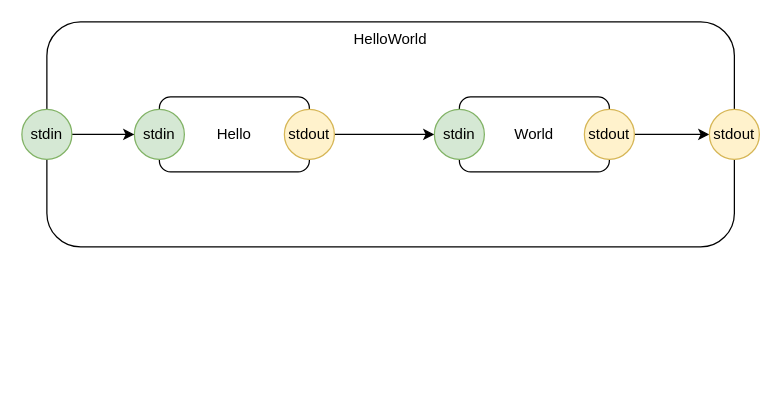
Above: helloworld.drawio in guitarvydas/eh (draw.io), before the change. Source tidied: cells renumbered, new cells numbered last; positions are measured from the earlier drawing's top-left corner, leaving out a move shared by most shapes. Both pictures are drawn from the tidied source at 125%, with x=0, y=0 at pixel (21, 21).
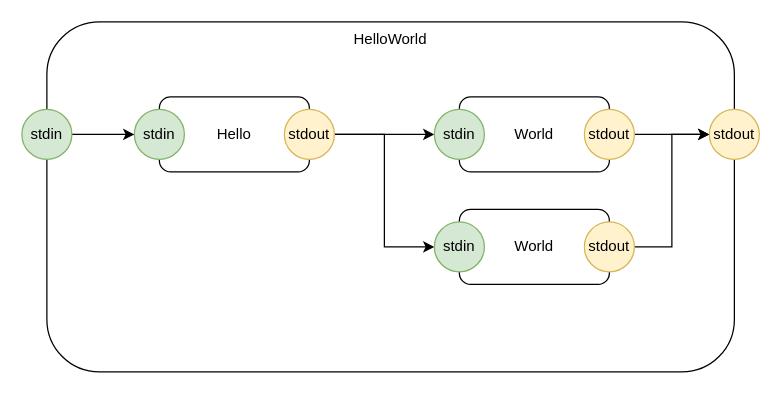
After the change.

Diff of the diagram source:
```diff
@@
 <mxGraphModel>
   <root>
     <mxCell id="0" />
     <mxCell id="1" parent="0" />
     <mxCell id="2" value="HelloWorld" style="rounded=1;whiteSpace=wrap;html=1;verticalAlign=top;" parent="1" vertex="1">
-      <mxGeometry x="20" width="550" height="180" as="geometry" />
+      <mxGeometry x="20" width="550" height="280" as="geometry" />
     </mxCell>
     <mxCell id="3" value="Hello" style="rounded=1;whiteSpace=wrap;html=1;" parent="1" vertex="1">
       <mxGeometry x="110" y="60" width="120" height="60" as="geometry" />
     </mxCell>
     <mxCell id="4" value="World" style="rounded=1;whiteSpace=wrap;html=1;" parent="1" vertex="1">
       <mxGeometry x="350" y="60" width="120" height="60" as="geometry" />
     </mxCell>
     <mxCell id="5" style="edgeStyle=orthogonalEdgeStyle;rounded=0;jettySize=auto;html=1;exitX=1;exitY=0.5;exitDx=0;exitDy=0;entryX=0;entryY=0.5;entryDx=0;entryDy=0;" parent="1" edge="1" source="6" target="7">
       <mxGeometry relative="1" as="geometry" />
     </mxCell>
+    <mxCell id="14" style="edgeStyle=orthogonalEdgeStyle;rounded=0;jettySize=auto;html=1;exitX=1;exitY=0.5;exitDx=0;exitDy=0;entryX=0;entryY=0.5;entryDx=0;entryDy=0;" parent="1" edge="1" source="6" target="16">
+      <mxGeometry relative="1" as="geometry" />
+    </mxCell>
     <mxCell id="6" value="stdout" style="ellipse;whiteSpace=wrap;html=1;fillColor=#fff2cc;strokeColor=#d6b656;" parent="1" vertex="1">
       <mxGeometry x="210" y="70" width="40" height="40" as="geometry" />
     </mxCell>
     <mxCell id="7" value="stdin" style="ellipse;whiteSpace=wrap;html=1;fillColor=#d5e8d4;strokeColor=#82b366;" parent="1" vertex="1">
       <mxGeometry x="330" y="70" width="40" height="40" as="geometry" />
     </mxCell>
     <mxCell id="8" value="stdin" style="ellipse;whiteSpace=wrap;html=1;fillColor=#d5e8d4;strokeColor=#82b366;" parent="1" vertex="1">
       <mxGeometry x="90" y="70" width="40" height="40" as="geometry" />
     </mxCell>
     <mxCell id="9" style="edgeStyle=orthogonalEdgeStyle;rounded=0;jettySize=auto;html=1;exitX=1;exitY=0.5;exitDx=0;exitDy=0;" parent="1" edge="1" source="10" target="11">
       <mxGeometry relative="1" as="geometry" />
     </mxCell>
     <mxCell id="10" value="stdout" style="ellipse;whiteSpace=wrap;html=1;fillColor=#fff2cc;strokeColor=#d6b656;" parent="1" vertex="1">
       <mxGeometry x="450" y="70" width="40" height="40" as="geometry" />
     </mxCell>
     <mxCell id="11" value="stdout" style="ellipse;whiteSpace=wrap;html=1;fillColor=#fff2cc;strokeColor=#d6b656;" parent="1" vertex="1">
       <mxGeometry x="550" y="70" width="40" height="40" as="geometry" />
     </mxCell>
     <mxCell id="12" style="edgeStyle=orthogonalEdgeStyle;rounded=0;jettySize=auto;html=1;exitX=1;exitY=0.5;exitDx=0;exitDy=0;entryX=0;entryY=0.5;entryDx=0;entryDy=0;" parent="1" edge="1" source="13" target="8">
       <mxGeometry relative="1" as="geometry" />
     </mxCell>
     <mxCell id="13" value="stdin" style="ellipse;whiteSpace=wrap;html=1;fillColor=#d5e8d4;strokeColor=#82b366;" parent="1" vertex="1">
       <mxGeometry y="70" width="40" height="40" as="geometry" />
     </mxCell>
+    <mxCell id="15" value="World" style="rounded=1;whiteSpace=wrap;html=1;" parent="1" vertex="1">
+      <mxGeometry x="350" y="150" width="120" height="60" as="geometry" />
+    </mxCell>
+    <mxCell id="16" value="stdin" style="ellipse;whiteSpace=wrap;html=1;fillColor=#d5e8d4;strokeColor=#82b366;" parent="1" vertex="1">
+      <mxGeometry x="330" y="160" width="40" height="40" as="geometry" />
+    </mxCell>
+    <mxCell id="17" style="edgeStyle=orthogonalEdgeStyle;rounded=0;jettySize=auto;html=1;exitX=1;exitY=0.5;exitDx=0;exitDy=0;entryX=0;entryY=0.5;entryDx=0;entryDy=0;" parent="1" edge="1" source="18" target="11">
+      <mxGeometry relative="1" as="geometry" />
+    </mxCell>
+    <mxCell id="18" value="stdout" style="ellipse;whiteSpace=wrap;html=1;fillColor=#fff2cc;strokeColor=#d6b656;" parent="1" vertex="1">
+      <mxGeometry x="450" y="160" width="40" height="40" as="geometry" />
+    </mxCell>
   </root>
 </mxGraphModel>
```
